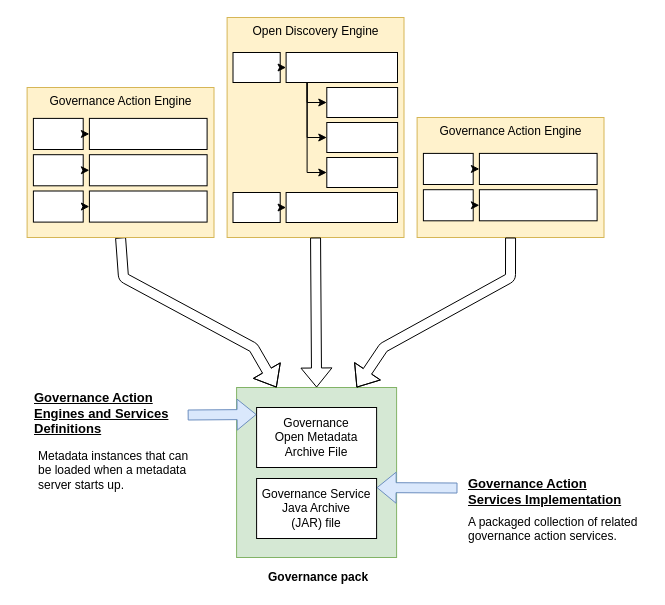
Above: page "governance-pack" (2 of 6) of site/docs/frameworks/gaf/governance-action-framework.drawio in odpi/egeria-docs (draw.io), before the change. Source tidied: cells renumbered, new cells numbered last; positions are measured from the earlier drawing's top-left corner, leaving out a move shared by most shapes. Both pictures are drawn from the tidied source at 100%, with x=0, y=0 at pixel (23, 17).
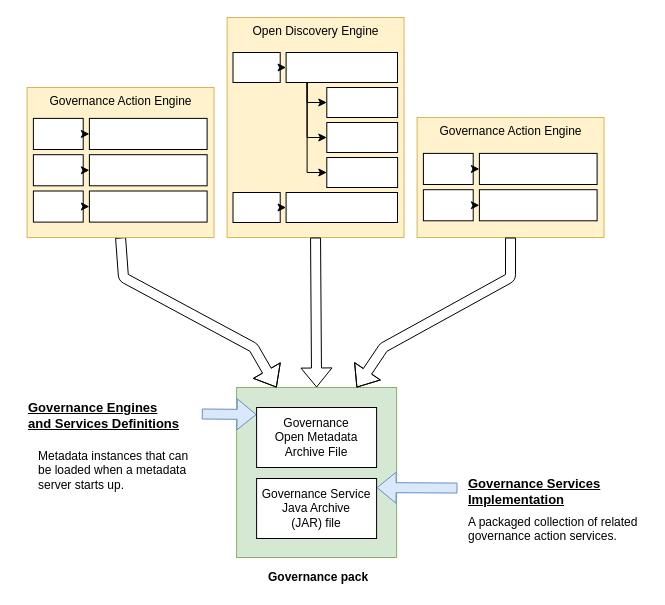
After the change.

Change to the diagram source:
```diff
@@
-    <mxCell id="39" value="Governance Action&lt;br&gt;Engines and Services&lt;br&gt;Definitions" style="text;html=1;points=[];align=left;verticalAlign=top;spacingTop=-4;fontSize=13;fontStyle=5;spacingLeft=9;" parent="1" vertex="1">
-      <mxGeometry y="370" width="160" height="50" as="geometry" />
+    <mxCell id="39" value="Governance Engines&lt;br&gt;and Services Definitions" style="text;html=1;points=[];align=left;verticalAlign=top;spacingTop=-4;fontSize=13;fontStyle=5;spacingLeft=9;" parent="1" vertex="1">
+      <mxGeometry x="-6.4" y="380" width="180" height="30" as="geometry" />
     </mxCell>
@@
-    <mxCell id="42" value="Governance Action&lt;br&gt;Services Implementation" style="text;html=1;points=[];align=left;verticalAlign=top;spacingTop=-4;fontSize=13;fontStyle=5;spacingLeft=9;" parent="1" vertex="1">
-      <mxGeometry x="434" y="456" width="180" height="30" as="geometry" />
+    <mxCell id="42" value="Governance Services&lt;br&gt;Implementation" style="text;html=1;points=[];align=left;verticalAlign=top;spacingTop=-4;fontSize=13;fontStyle=5;spacingLeft=9;" parent="1" vertex="1">
+      <mxGeometry x="434" y="456" width="160" height="30" as="geometry" />
     </mxCell>
```
